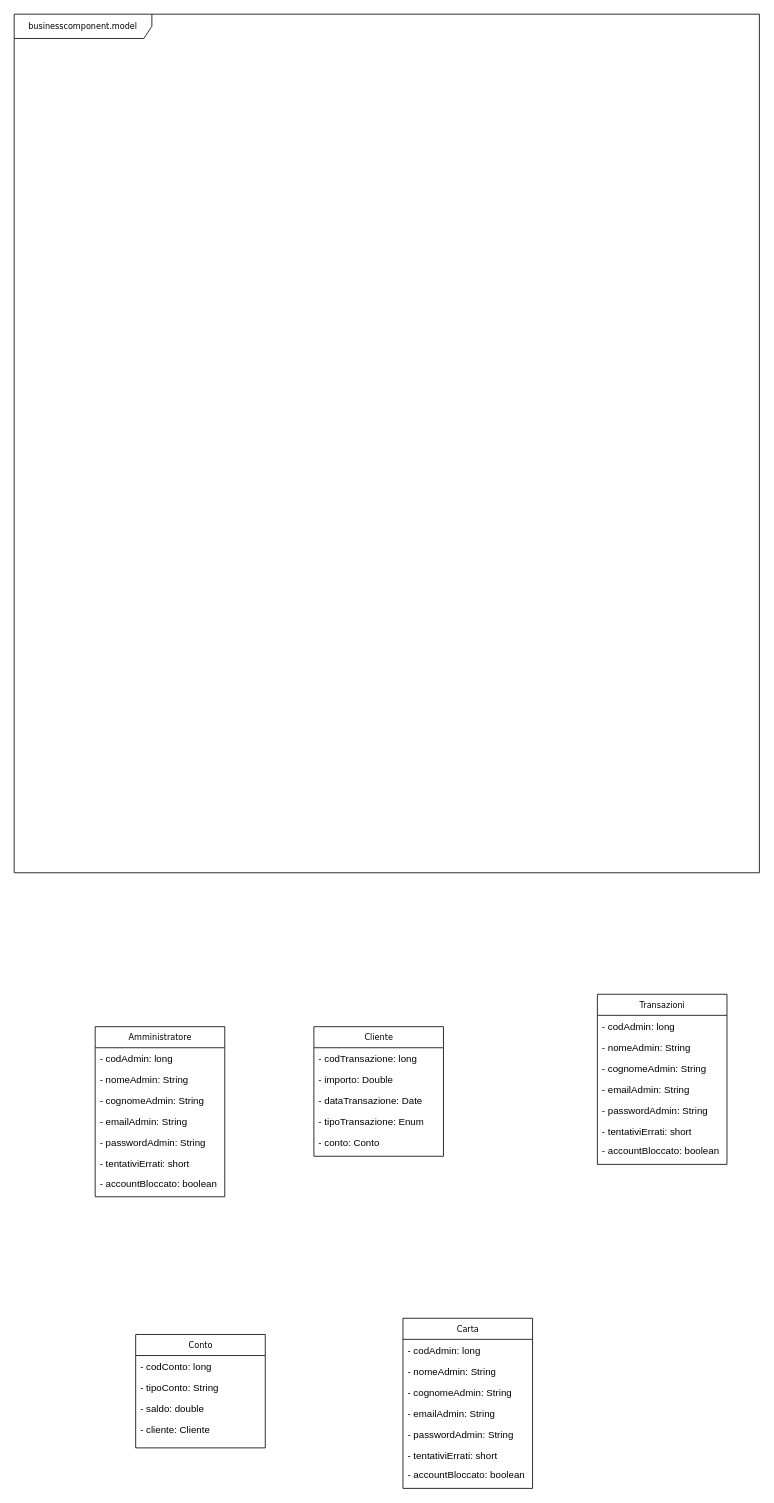
Above: page "model" (1 of 4) of DiagrammaCalssi.drawio in davide-vigano-tas/applicazione-bancaria (draw.io), before the change. Source tidied: cells renumbered, new cells numbered last; positions are measured from the earlier drawing's top-left corner, leaving out a move shared by most shapes. Both pictures are drawn from the tidied source at 81%, with x=0, y=0 at pixel (14, 14).
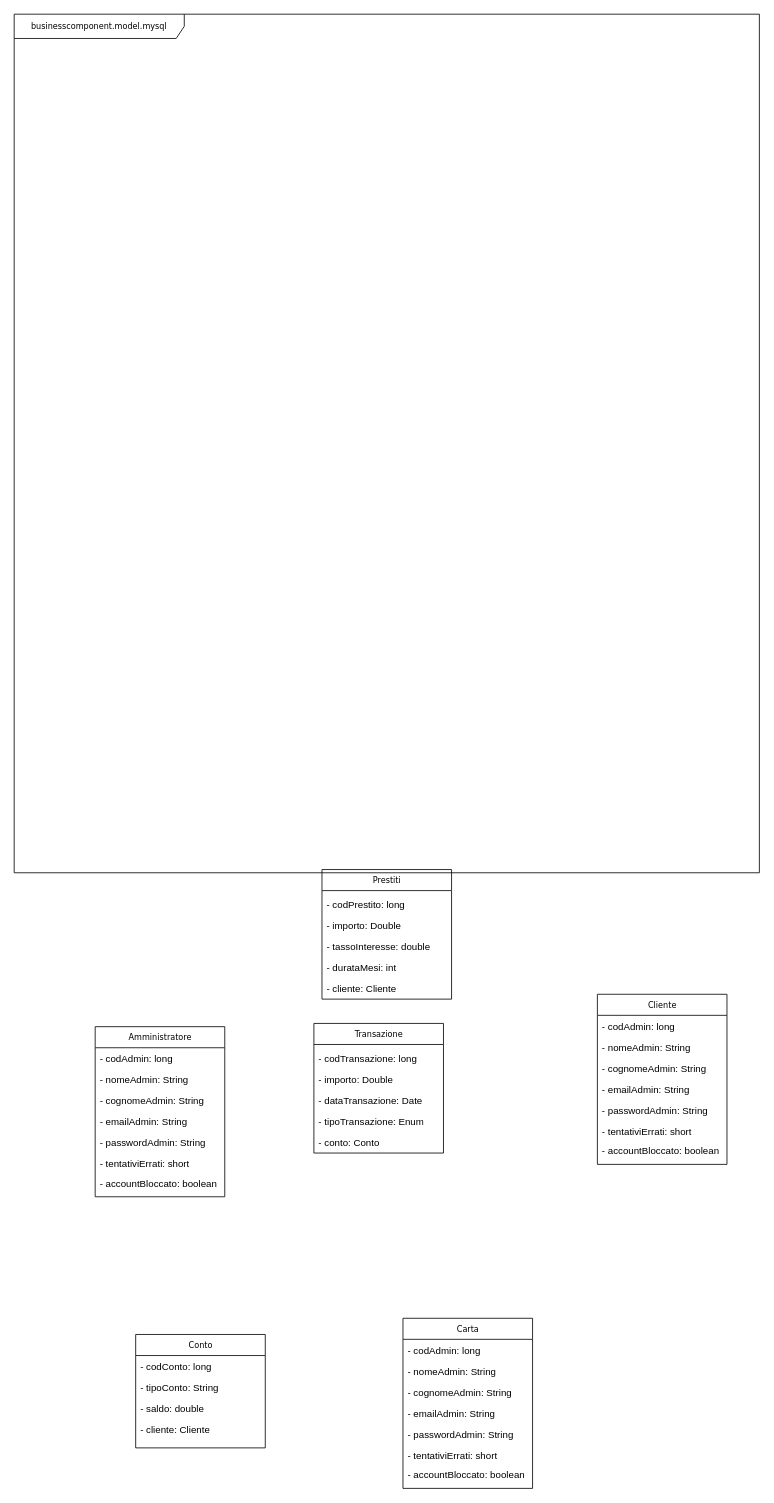
The same page after the edit.

Unchanged cells that the change refers to:
```xml
<mxCell id="24" style="group;" parent="1" vertex="1">
  <mxGeometry x="370" y="1250" width="160" height="160" as="geometry" />
</mxCell>
```

The edit, as a diff of the source:
```diff
@@
-    <mxCell id="2" value="businesscomponent.model" style="shape=umlFrame;whiteSpace=wrap;html=1;rounded=0;shadow=0;comic=0;labelBackgroundColor=none;strokeWidth=1;fontFamily=Verdana;fontSize=10;align=center;width=170;height=30;" parent="1" vertex="1">
+    <mxCell id="2" value="businesscomponent.model.mysql" style="shape=umlFrame;whiteSpace=wrap;html=1;rounded=0;shadow=0;comic=0;labelBackgroundColor=none;strokeWidth=1;fontFamily=Verdana;fontSize=10;align=center;width=210;height=30;" parent="1" vertex="1">
       <mxGeometry width="920" height="1060" as="geometry" />
     </mxCell>
@@
-    <mxCell id="11" value="Transazioni" style="swimlane;html=1;fontStyle=0;horizontal=1;startSize=26;fillColor=none;swimlaneFillColor=#ffffff;rounded=0;shadow=0;comic=0;labelBackgroundColor=none;strokeWidth=1;fontFamily=Verdana;fontSize=10;align=center;" parent="1" vertex="1">
+    <mxCell id="11" value="Cliente" style="swimlane;html=1;fontStyle=0;horizontal=1;startSize=26;fillColor=none;swimlaneFillColor=#ffffff;rounded=0;shadow=0;comic=0;labelBackgroundColor=none;strokeWidth=1;fontFamily=Verdana;fontSize=10;align=center;" parent="1" vertex="1">
       <mxGeometry x="720" y="1210" width="160" height="210" as="geometry" />
     </mxCell>
@@
-    <mxCell id="25" value="Cliente" style="swimlane;html=1;fontStyle=0;horizontal=1;startSize=26;fillColor=none;swimlaneFillColor=#ffffff;rounded=0;shadow=0;comic=0;labelBackgroundColor=none;strokeWidth=1;fontFamily=Verdana;fontSize=10;align=center;" parent="24" vertex="1">
-      <mxGeometry width="160" height="160" as="geometry" />
+    <mxCell id="25" value="Transazione" style="swimlane;html=1;fontStyle=0;horizontal=1;startSize=26;fillColor=none;swimlaneFillColor=#ffffff;rounded=0;shadow=0;comic=0;labelBackgroundColor=none;strokeWidth=1;fontFamily=Verdana;fontSize=10;align=center;" parent="24" vertex="1">
+      <mxGeometry y="-4" width="160" height="160" as="geometry" />
     </mxCell>
@@
+    <mxCell id="39" style="group;" parent="1" vertex="1">
+      <mxGeometry x="380" y="1060" width="160" height="160" as="geometry" />
+    </mxCell>
+    <mxCell id="40" value="Prestiti" style="swimlane;html=1;fontStyle=0;horizontal=1;startSize=26;fillColor=none;swimlaneFillColor=#ffffff;rounded=0;shadow=0;comic=0;labelBackgroundColor=none;strokeWidth=1;fontFamily=Verdana;fontSize=10;align=center;" parent="39" vertex="1">
+      <mxGeometry y="-4" width="160" height="160" as="geometry" />
+    </mxCell>
+    <mxCell id="41" value="- codPrestito: long" style="text;html=1;strokeColor=none;fillColor=none;align=left;verticalAlign=top;spacingLeft=4;spacingRight=4;whiteSpace=wrap;overflow=hidden;" parent="39" vertex="1">
+      <mxGeometry y="26" width="160" height="26" as="geometry" />
+    </mxCell>
+    <mxCell id="42" value="- importo: Double" style="text;html=1;strokeColor=none;fillColor=none;align=left;verticalAlign=top;spacingLeft=4;spacingRight=4;whiteSpace=wrap;overflow=hidden;" parent="39" vertex="1">
+      <mxGeometry y="52" width="160" height="26" as="geometry" />
+    </mxCell>
+    <mxCell id="43" value="- tassoInteresse: double" style="text;html=1;strokeColor=none;fillColor=none;align=left;verticalAlign=top;spacingLeft=4;spacingRight=4;whiteSpace=wrap;overflow=hidden;" parent="39" vertex="1">
+      <mxGeometry y="78" width="160" height="26" as="geometry" />
+    </mxCell>
+    <mxCell id="44" value="- durataMesi: int" style="text;html=1;strokeColor=none;fillColor=none;align=left;verticalAlign=top;spacingLeft=4;spacingRight=4;whiteSpace=wrap;overflow=hidden;" parent="39" vertex="1">
+      <mxGeometry y="104" width="160" height="26" as="geometry" />
+    </mxCell>
+    <mxCell id="45" value="- cliente: Cliente" style="text;html=1;strokeColor=none;fillColor=none;align=left;verticalAlign=top;spacingLeft=4;spacingRight=4;whiteSpace=wrap;overflow=hidden;" parent="39" vertex="1">
+      <mxGeometry y="130" width="160" height="26" as="geometry" />
+    </mxCell>
```
